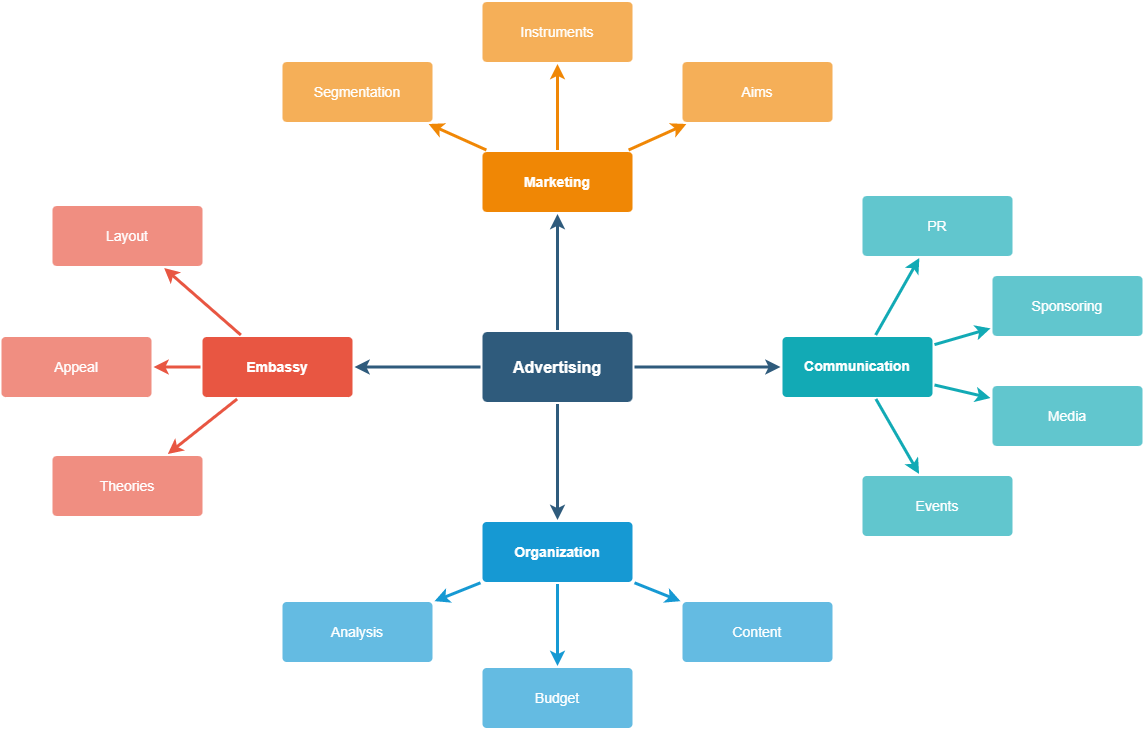
Earlier version of the draw.io export Untitled Diagram.drawio.png (xwbops/drawio). Source tidied: cells renumbered, new cells last; positions are measured from the earlier drawing's top-left corner, leaving out a move shared by most shapes. Source of this version:
```xml
<mxGraphModel>
  <root>
    <mxCell id="0" />
    <mxCell id="1" parent="0" />
    <mxCell id="2" style="edgeStyle=none;rounded=0;jumpStyle=none;html=1;shadow=0;labelBackgroundColor=none;startArrow=none;startFill=0;endArrow=classic;endFill=1;jettySize=auto;strokeColor=#2F5B7C;strokeWidth=3;fontFamily=Helvetica;fontSize=16;fontColor=#23445D;spacing=5;" parent="1" edge="1" source="6" target="21">
      <mxGeometry relative="1" as="geometry" />
    </mxCell>
    <mxCell id="3" style="edgeStyle=none;rounded=0;jumpStyle=none;html=1;shadow=0;labelBackgroundColor=none;startArrow=none;startFill=0;endArrow=classic;endFill=1;jettySize=auto;strokeColor=#2F5B7C;strokeWidth=3;fontFamily=Helvetica;fontSize=16;fontColor=#23445D;spacing=5;" parent="1" edge="1" source="6" target="28">
      <mxGeometry relative="1" as="geometry" />
    </mxCell>
    <mxCell id="4" style="edgeStyle=none;rounded=0;jumpStyle=none;html=1;shadow=0;labelBackgroundColor=none;startArrow=none;startFill=0;endArrow=classic;endFill=1;jettySize=auto;strokeColor=#2F5B7C;strokeWidth=3;fontFamily=Helvetica;fontSize=16;fontColor=#23445D;spacing=5;" parent="1" edge="1" source="6" target="17">
      <mxGeometry relative="1" as="geometry" />
    </mxCell>
    <mxCell id="5" style="edgeStyle=none;rounded=0;jumpStyle=none;html=1;shadow=0;labelBackgroundColor=none;startArrow=none;startFill=0;endArrow=classic;endFill=1;jettySize=auto;strokeColor=#2F5B7C;strokeWidth=3;fontFamily=Helvetica;fontSize=16;fontColor=#23445D;spacing=5;" parent="1" edge="1" source="6" target="10">
      <mxGeometry relative="1" as="geometry" />
    </mxCell>
    <mxCell id="6" value="Advertising" style="rounded=1;whiteSpace=wrap;html=1;shadow=0;labelBackgroundColor=none;strokeColor=none;strokeWidth=3;fillColor=#2F5B7C;fontFamily=Helvetica;fontSize=16;fontColor=#FFFFFF;align=center;fontStyle=1;spacing=5;arcSize=7;perimeterSpacing=2;" parent="1" vertex="1">
      <mxGeometry x="481" y="330.5" width="150" height="70" as="geometry" />
    </mxCell>
    <mxCell id="7" style="edgeStyle=none;rounded=1;jumpStyle=none;html=1;shadow=0;labelBackgroundColor=none;startArrow=none;startFill=0;jettySize=auto;strokeColor=#E85642;strokeWidth=3;fontFamily=Helvetica;fontSize=14;fontColor=#FFFFFF;spacing=5;fontStyle=1;fillColor=#b0e3e6;" parent="1" edge="1" source="10" target="13">
      <mxGeometry relative="1" as="geometry" />
    </mxCell>
    <mxCell id="8" style="edgeStyle=none;rounded=1;jumpStyle=none;html=1;shadow=0;labelBackgroundColor=none;startArrow=none;startFill=0;jettySize=auto;strokeColor=#E85642;strokeWidth=3;fontFamily=Helvetica;fontSize=14;fontColor=#FFFFFF;spacing=5;fontStyle=1;fillColor=#b0e3e6;" parent="1" edge="1" source="10" target="12">
      <mxGeometry relative="1" as="geometry" />
    </mxCell>
    <mxCell id="9" style="edgeStyle=none;rounded=1;jumpStyle=none;html=1;shadow=0;labelBackgroundColor=none;startArrow=none;startFill=0;jettySize=auto;strokeColor=#E85642;strokeWidth=3;fontFamily=Helvetica;fontSize=14;fontColor=#FFFFFF;spacing=5;fontStyle=1;fillColor=#b0e3e6;" parent="1" edge="1" source="10" target="11">
      <mxGeometry relative="1" as="geometry" />
    </mxCell>
    <mxCell id="10" value="Embassy" style="rounded=1;whiteSpace=wrap;html=1;shadow=0;labelBackgroundColor=none;strokeColor=none;strokeWidth=3;fillColor=#e85642;fontFamily=Helvetica;fontSize=14;fontColor=#FFFFFF;align=center;spacing=5;fontStyle=1;arcSize=7;perimeterSpacing=2;" parent="1" vertex="1">
      <mxGeometry x="201" y="335.5" width="150" height="60" as="geometry" />
    </mxCell>
    <mxCell id="11" value="Theories" style="rounded=1;whiteSpace=wrap;html=1;shadow=0;labelBackgroundColor=none;strokeColor=none;strokeWidth=3;fillColor=#f08e81;fontFamily=Helvetica;fontSize=14;fontColor=#FFFFFF;align=center;spacing=5;fontStyle=0;arcSize=7;perimeterSpacing=2;" parent="1" vertex="1">
      <mxGeometry x="51" y="454.5" width="150" height="60" as="geometry" />
    </mxCell>
    <mxCell id="12" value="Appeal" style="rounded=1;whiteSpace=wrap;html=1;shadow=0;labelBackgroundColor=none;strokeColor=none;strokeWidth=3;fillColor=#f08e81;fontFamily=Helvetica;fontSize=14;fontColor=#FFFFFF;align=center;spacing=5;fontStyle=0;arcSize=7;perimeterSpacing=2;" parent="1" vertex="1">
      <mxGeometry y="335.5" width="150" height="60" as="geometry" />
    </mxCell>
    <mxCell id="13" value="Layout" style="rounded=1;whiteSpace=wrap;html=1;shadow=0;labelBackgroundColor=none;strokeColor=none;strokeWidth=3;fillColor=#f08e81;fontFamily=Helvetica;fontSize=14;fontColor=#FFFFFF;align=center;spacing=5;fontStyle=0;arcSize=7;perimeterSpacing=2;" parent="1" vertex="1">
      <mxGeometry x="51" y="204.5" width="150" height="60" as="geometry" />
    </mxCell>
    <mxCell id="14" style="edgeStyle=none;rounded=0;jumpStyle=none;html=1;shadow=0;labelBackgroundColor=none;startArrow=none;startFill=0;endArrow=classic;endFill=1;jettySize=auto;strokeColor=#1699D3;strokeWidth=3;fontFamily=Helvetica;fontSize=14;fontColor=#FFFFFF;spacing=5;" parent="1" edge="1" source="17" target="20">
      <mxGeometry relative="1" as="geometry" />
    </mxCell>
    <mxCell id="15" style="edgeStyle=none;rounded=0;jumpStyle=none;html=1;shadow=0;labelBackgroundColor=none;startArrow=none;startFill=0;endArrow=classic;endFill=1;jettySize=auto;strokeColor=#1699D3;strokeWidth=3;fontFamily=Helvetica;fontSize=14;fontColor=#FFFFFF;spacing=5;" parent="1" edge="1" source="17" target="19">
      <mxGeometry relative="1" as="geometry" />
    </mxCell>
    <mxCell id="16" style="edgeStyle=none;rounded=0;jumpStyle=none;html=1;shadow=0;labelBackgroundColor=none;startArrow=none;startFill=0;endArrow=classic;endFill=1;jettySize=auto;strokeColor=#1699D3;strokeWidth=3;fontFamily=Helvetica;fontSize=14;fontColor=#FFFFFF;spacing=5;" parent="1" edge="1" source="17" target="18">
      <mxGeometry relative="1" as="geometry" />
    </mxCell>
    <mxCell id="17" value="Organization" style="rounded=1;whiteSpace=wrap;html=1;shadow=0;labelBackgroundColor=none;strokeColor=none;strokeWidth=3;fillColor=#1699d3;fontFamily=Helvetica;fontSize=14;fontColor=#FFFFFF;align=center;spacing=5;fontStyle=1;arcSize=7;perimeterSpacing=2;" parent="1" vertex="1">
      <mxGeometry x="481" y="520.5" width="150" height="60" as="geometry" />
    </mxCell>
    <mxCell id="18" value="Content" style="rounded=1;whiteSpace=wrap;html=1;shadow=0;labelBackgroundColor=none;strokeColor=none;strokeWidth=3;fillColor=#64bbe2;fontFamily=Helvetica;fontSize=14;fontColor=#FFFFFF;align=center;spacing=5;arcSize=7;perimeterSpacing=2;" parent="1" vertex="1">
      <mxGeometry x="681" y="600.5" width="150" height="60" as="geometry" />
    </mxCell>
    <mxCell id="19" value="Budget" style="rounded=1;whiteSpace=wrap;html=1;shadow=0;labelBackgroundColor=none;strokeColor=none;strokeWidth=3;fillColor=#64bbe2;fontFamily=Helvetica;fontSize=14;fontColor=#FFFFFF;align=center;spacing=5;arcSize=7;perimeterSpacing=2;" parent="1" vertex="1">
      <mxGeometry x="481" y="666.5" width="150" height="60" as="geometry" />
    </mxCell>
    <mxCell id="20" value="Analysis" style="rounded=1;whiteSpace=wrap;html=1;shadow=0;labelBackgroundColor=none;strokeColor=none;strokeWidth=3;fillColor=#64bbe2;fontFamily=Helvetica;fontSize=14;fontColor=#FFFFFF;align=center;spacing=5;arcSize=7;perimeterSpacing=2;" parent="1" vertex="1">
      <mxGeometry x="281" y="600.5" width="150" height="60" as="geometry" />
    </mxCell>
    <mxCell id="21" value="Marketing" style="rounded=1;whiteSpace=wrap;html=1;shadow=0;labelBackgroundColor=none;strokeColor=none;strokeWidth=3;fillColor=#F08705;fontFamily=Helvetica;fontSize=14;fontColor=#FFFFFF;align=center;spacing=5;fontStyle=1;arcSize=7;perimeterSpacing=2;" parent="1" vertex="1">
      <mxGeometry x="481" y="150.5" width="150" height="60" as="geometry" />
    </mxCell>
    <mxCell id="22" value="Aims&lt;br&gt;" style="rounded=1;whiteSpace=wrap;html=1;shadow=0;labelBackgroundColor=none;strokeColor=none;strokeWidth=3;fillColor=#f5af58;fontFamily=Helvetica;fontSize=14;fontColor=#FFFFFF;align=center;spacing=5;arcSize=7;perimeterSpacing=2;" parent="1" vertex="1">
      <mxGeometry x="681" y="60.5" width="150" height="60" as="geometry" />
    </mxCell>
    <mxCell id="23" style="edgeStyle=none;rounded=0;jumpStyle=none;html=1;shadow=0;labelBackgroundColor=none;startArrow=none;startFill=0;endArrow=classic;endFill=1;jettySize=auto;strokeColor=#F08705;strokeWidth=3;fontFamily=Helvetica;fontSize=14;fontColor=#FFFFFF;spacing=5;" parent="1" edge="1" source="21" target="22">
      <mxGeometry relative="1" as="geometry" />
    </mxCell>
    <mxCell id="24" value="Instruments" style="rounded=1;whiteSpace=wrap;html=1;shadow=0;labelBackgroundColor=none;strokeColor=none;strokeWidth=3;fillColor=#f5af58;fontFamily=Helvetica;fontSize=14;fontColor=#FFFFFF;align=center;spacing=5;arcSize=7;perimeterSpacing=2;" parent="1" vertex="1">
      <mxGeometry x="481" y="0.5" width="150" height="60" as="geometry" />
    </mxCell>
    <mxCell id="25" style="edgeStyle=none;rounded=0;jumpStyle=none;html=1;shadow=0;labelBackgroundColor=none;startArrow=none;startFill=0;endArrow=classic;endFill=1;jettySize=auto;strokeColor=#F08705;strokeWidth=3;fontFamily=Helvetica;fontSize=14;fontColor=#FFFFFF;spacing=5;" parent="1" edge="1" source="21" target="24">
      <mxGeometry relative="1" as="geometry" />
    </mxCell>
    <mxCell id="26" value="Segmentation" style="rounded=1;whiteSpace=wrap;html=1;shadow=0;labelBackgroundColor=none;strokeColor=none;strokeWidth=3;fillColor=#f5af58;fontFamily=Helvetica;fontSize=14;fontColor=#FFFFFF;align=center;spacing=5;arcSize=7;perimeterSpacing=2;" parent="1" vertex="1">
      <mxGeometry x="281" y="60.5" width="150" height="60" as="geometry" />
    </mxCell>
    <mxCell id="27" style="edgeStyle=none;rounded=0;jumpStyle=none;html=1;shadow=0;labelBackgroundColor=none;startArrow=none;startFill=0;endArrow=classic;endFill=1;jettySize=auto;strokeColor=#F08705;strokeWidth=3;fontFamily=Helvetica;fontSize=14;fontColor=#FFFFFF;spacing=5;" parent="1" edge="1" source="21" target="26">
      <mxGeometry relative="1" as="geometry" />
    </mxCell>
    <mxCell id="28" value="Communication" style="rounded=1;whiteSpace=wrap;html=1;shadow=0;labelBackgroundColor=none;strokeColor=none;strokeWidth=3;fillColor=#12aab5;fontFamily=Helvetica;fontSize=14;fontColor=#FFFFFF;align=center;spacing=5;fontStyle=1;arcSize=7;perimeterSpacing=2;" parent="1" vertex="1">
      <mxGeometry x="781" y="335.5" width="150" height="60" as="geometry" />
    </mxCell>
    <mxCell id="29" value="Events" style="rounded=1;whiteSpace=wrap;html=1;shadow=0;labelBackgroundColor=none;strokeColor=none;strokeWidth=3;fillColor=#61c6ce;fontFamily=Helvetica;fontSize=14;fontColor=#FFFFFF;align=center;spacing=5;fontStyle=0;arcSize=7;perimeterSpacing=2;" parent="1" vertex="1">
      <mxGeometry x="861" y="474.5" width="150" height="60" as="geometry" />
    </mxCell>
    <mxCell id="30" style="edgeStyle=none;rounded=1;jumpStyle=none;html=1;shadow=0;labelBackgroundColor=none;startArrow=none;startFill=0;jettySize=auto;strokeColor=#12AAB5;strokeWidth=3;fontFamily=Helvetica;fontSize=14;fontColor=#FFFFFF;spacing=5;fontStyle=1;fillColor=#b0e3e6;" parent="1" edge="1" source="28" target="29">
      <mxGeometry relative="1" as="geometry" />
    </mxCell>
    <mxCell id="31" value="Media" style="rounded=1;whiteSpace=wrap;html=1;shadow=0;labelBackgroundColor=none;strokeColor=none;strokeWidth=3;fillColor=#61c6ce;fontFamily=Helvetica;fontSize=14;fontColor=#FFFFFF;align=center;spacing=5;fontStyle=0;arcSize=7;perimeterSpacing=2;" parent="1" vertex="1">
      <mxGeometry x="991" y="384.5" width="150" height="60" as="geometry" />
    </mxCell>
    <mxCell id="32" style="edgeStyle=none;rounded=1;jumpStyle=none;html=1;shadow=0;labelBackgroundColor=none;startArrow=none;startFill=0;jettySize=auto;strokeColor=#12AAB5;strokeWidth=3;fontFamily=Helvetica;fontSize=14;fontColor=#FFFFFF;spacing=5;fontStyle=1;fillColor=#b0e3e6;" parent="1" edge="1" source="28" target="31">
      <mxGeometry relative="1" as="geometry" />
    </mxCell>
    <mxCell id="33" value="Sponsoring" style="rounded=1;whiteSpace=wrap;html=1;shadow=0;labelBackgroundColor=none;strokeColor=none;strokeWidth=3;fillColor=#61c6ce;fontFamily=Helvetica;fontSize=14;fontColor=#FFFFFF;align=center;spacing=5;fontStyle=0;arcSize=7;perimeterSpacing=2;" parent="1" vertex="1">
      <mxGeometry x="991" y="274.5" width="150" height="60" as="geometry" />
    </mxCell>
    <mxCell id="34" style="edgeStyle=none;rounded=1;jumpStyle=none;html=1;shadow=0;labelBackgroundColor=none;startArrow=none;startFill=0;jettySize=auto;strokeColor=#12AAB5;strokeWidth=3;fontFamily=Helvetica;fontSize=14;fontColor=#FFFFFF;spacing=5;fontStyle=1;fillColor=#b0e3e6;" parent="1" edge="1" source="28" target="33">
      <mxGeometry relative="1" as="geometry" />
    </mxCell>
    <mxCell id="35" value="PR" style="rounded=1;whiteSpace=wrap;html=1;shadow=0;labelBackgroundColor=none;strokeColor=none;strokeWidth=3;fillColor=#61c6ce;fontFamily=Helvetica;fontSize=14;fontColor=#FFFFFF;align=center;spacing=5;fontStyle=0;arcSize=7;perimeterSpacing=2;" parent="1" vertex="1">
      <mxGeometry x="861" y="194.5" width="150" height="60" as="geometry" />
    </mxCell>
    <mxCell id="36" style="edgeStyle=none;rounded=1;jumpStyle=none;html=1;shadow=0;labelBackgroundColor=none;startArrow=none;startFill=0;jettySize=auto;strokeColor=#12AAB5;strokeWidth=3;fontFamily=Helvetica;fontSize=14;fontColor=#FFFFFF;spacing=5;fontStyle=1;fillColor=#b0e3e6;" parent="1" edge="1" source="28" target="35">
      <mxGeometry relative="1" as="geometry" />
    </mxCell>
  </root>
</mxGraphModel>
```
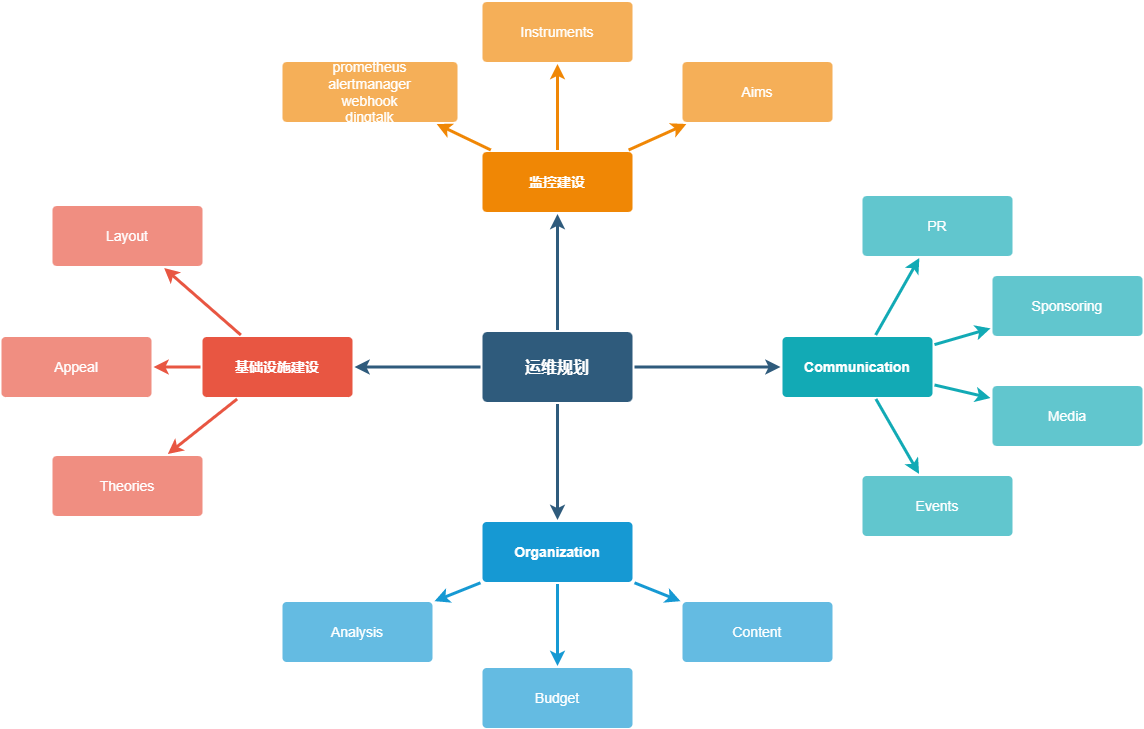
Above is the later version.

Change to the diagram source:
```diff
@@ -14,7 +14,7 @@
     <mxCell id="5" style="edgeStyle=none;rounded=0;jumpStyle=none;html=1;shadow=0;labelBackgroundColor=none;startArrow=none;startFill=0;endArrow=classic;endFill=1;jettySize=auto;strokeColor=#2F5B7C;strokeWidth=3;fontFamily=Helvetica;fontSize=16;fontColor=#23445D;spacing=5;" parent="1" edge="1" source="6" target="10">
       <mxGeometry relative="1" as="geometry" />
     </mxCell>
-    <mxCell id="6" value="Advertising" style="rounded=1;whiteSpace=wrap;html=1;shadow=0;labelBackgroundColor=none;strokeColor=none;strokeWidth=3;fillColor=#2F5B7C;fontFamily=Helvetica;fontSize=16;fontColor=#FFFFFF;align=center;fontStyle=1;spacing=5;arcSize=7;perimeterSpacing=2;" parent="1" vertex="1">
+    <mxCell id="6" value="运维规划" style="rounded=1;whiteSpace=wrap;html=1;shadow=0;labelBackgroundColor=none;strokeColor=none;strokeWidth=3;fillColor=#2F5B7C;fontFamily=Helvetica;fontSize=16;fontColor=#FFFFFF;align=center;fontStyle=1;spacing=5;arcSize=7;perimeterSpacing=2;" parent="1" vertex="1">
       <mxGeometry x="481" y="330.5" width="150" height="70" as="geometry" />
     </mxCell>
     <mxCell id="7" style="edgeStyle=none;rounded=1;jumpStyle=none;html=1;shadow=0;labelBackgroundColor=none;startArrow=none;startFill=0;jettySize=auto;strokeColor=#E85642;strokeWidth=3;fontFamily=Helvetica;fontSize=14;fontColor=#FFFFFF;spacing=5;fontStyle=1;fillColor=#b0e3e6;" parent="1" edge="1" source="10" target="13">
@@ -26,7 +26,7 @@
     <mxCell id="9" style="edgeStyle=none;rounded=1;jumpStyle=none;html=1;shadow=0;labelBackgroundColor=none;startArrow=none;startFill=0;jettySize=auto;strokeColor=#E85642;strokeWidth=3;fontFamily=Helvetica;fontSize=14;fontColor=#FFFFFF;spacing=5;fontStyle=1;fillColor=#b0e3e6;" parent="1" edge="1" source="10" target="11">
       <mxGeometry relative="1" as="geometry" />
     </mxCell>
-    <mxCell id="10" value="Embassy" style="rounded=1;whiteSpace=wrap;html=1;shadow=0;labelBackgroundColor=none;strokeColor=none;strokeWidth=3;fillColor=#e85642;fontFamily=Helvetica;fontSize=14;fontColor=#FFFFFF;align=center;spacing=5;fontStyle=1;arcSize=7;perimeterSpacing=2;" parent="1" vertex="1">
+    <mxCell id="10" value="基础设施建设" style="rounded=1;whiteSpace=wrap;html=1;shadow=0;labelBackgroundColor=none;strokeColor=none;strokeWidth=3;fillColor=#e85642;fontFamily=Helvetica;fontSize=14;fontColor=#FFFFFF;align=center;spacing=5;fontStyle=1;arcSize=7;perimeterSpacing=2;" parent="1" vertex="1">
       <mxGeometry x="201" y="335.5" width="150" height="60" as="geometry" />
     </mxCell>
     <mxCell id="11" value="Theories" style="rounded=1;whiteSpace=wrap;html=1;shadow=0;labelBackgroundColor=none;strokeColor=none;strokeWidth=3;fillColor=#f08e81;fontFamily=Helvetica;fontSize=14;fontColor=#FFFFFF;align=center;spacing=5;fontStyle=0;arcSize=7;perimeterSpacing=2;" parent="1" vertex="1">
@@ -59,7 +59,7 @@
     <mxCell id="20" value="Analysis" style="rounded=1;whiteSpace=wrap;html=1;shadow=0;labelBackgroundColor=none;strokeColor=none;strokeWidth=3;fillColor=#64bbe2;fontFamily=Helvetica;fontSize=14;fontColor=#FFFFFF;align=center;spacing=5;arcSize=7;perimeterSpacing=2;" parent="1" vertex="1">
       <mxGeometry x="281" y="600.5" width="150" height="60" as="geometry" />
     </mxCell>
-    <mxCell id="21" value="Marketing" style="rounded=1;whiteSpace=wrap;html=1;shadow=0;labelBackgroundColor=none;strokeColor=none;strokeWidth=3;fillColor=#F08705;fontFamily=Helvetica;fontSize=14;fontColor=#FFFFFF;align=center;spacing=5;fontStyle=1;arcSize=7;perimeterSpacing=2;" parent="1" vertex="1">
+    <mxCell id="21" value="监控建设" style="rounded=1;whiteSpace=wrap;html=1;shadow=0;labelBackgroundColor=none;strokeColor=none;strokeWidth=3;fillColor=#F08705;fontFamily=Helvetica;fontSize=14;fontColor=#FFFFFF;align=center;spacing=5;fontStyle=1;arcSize=7;perimeterSpacing=2;" parent="1" vertex="1">
       <mxGeometry x="481" y="150.5" width="150" height="60" as="geometry" />
     </mxCell>
     <mxCell id="22" value="Aims&lt;br&gt;" style="rounded=1;whiteSpace=wrap;html=1;shadow=0;labelBackgroundColor=none;strokeColor=none;strokeWidth=3;fillColor=#f5af58;fontFamily=Helvetica;fontSize=14;fontColor=#FFFFFF;align=center;spacing=5;arcSize=7;perimeterSpacing=2;" parent="1" vertex="1">
@@ -74,8 +74,8 @@
     <mxCell id="25" style="edgeStyle=none;rounded=0;jumpStyle=none;html=1;shadow=0;labelBackgroundColor=none;startArrow=none;startFill=0;endArrow=classic;endFill=1;jettySize=auto;strokeColor=#F08705;strokeWidth=3;fontFamily=Helvetica;fontSize=14;fontColor=#FFFFFF;spacing=5;" parent="1" edge="1" source="21" target="24">
       <mxGeometry relative="1" as="geometry" />
     </mxCell>
-    <mxCell id="26" value="Segmentation" style="rounded=1;whiteSpace=wrap;html=1;shadow=0;labelBackgroundColor=none;strokeColor=none;strokeWidth=3;fillColor=#f5af58;fontFamily=Helvetica;fontSize=14;fontColor=#FFFFFF;align=center;spacing=5;arcSize=7;perimeterSpacing=2;" parent="1" vertex="1">
-      <mxGeometry x="281" y="60.5" width="150" height="60" as="geometry" />
+    <mxCell id="26" value="prometheus&lt;br&gt;alertmanager&lt;br&gt;webhook&lt;br&gt;dingtalk" style="rounded=1;whiteSpace=wrap;html=1;shadow=0;labelBackgroundColor=none;strokeColor=none;strokeWidth=3;fillColor=#f5af58;fontFamily=Helvetica;fontSize=14;fontColor=#FFFFFF;align=center;spacing=5;arcSize=7;perimeterSpacing=2;" parent="1" vertex="1">
+      <mxGeometry x="281" y="60.5" width="175" height="60" as="geometry" />
     </mxCell>
     <mxCell id="27" style="edgeStyle=none;rounded=0;jumpStyle=none;html=1;shadow=0;labelBackgroundColor=none;startArrow=none;startFill=0;endArrow=classic;endFill=1;jettySize=auto;strokeColor=#F08705;strokeWidth=3;fontFamily=Helvetica;fontSize=14;fontColor=#FFFFFF;spacing=5;" parent="1" edge="1" source="21" target="26">
       <mxGeometry relative="1" as="geometry" />
```
